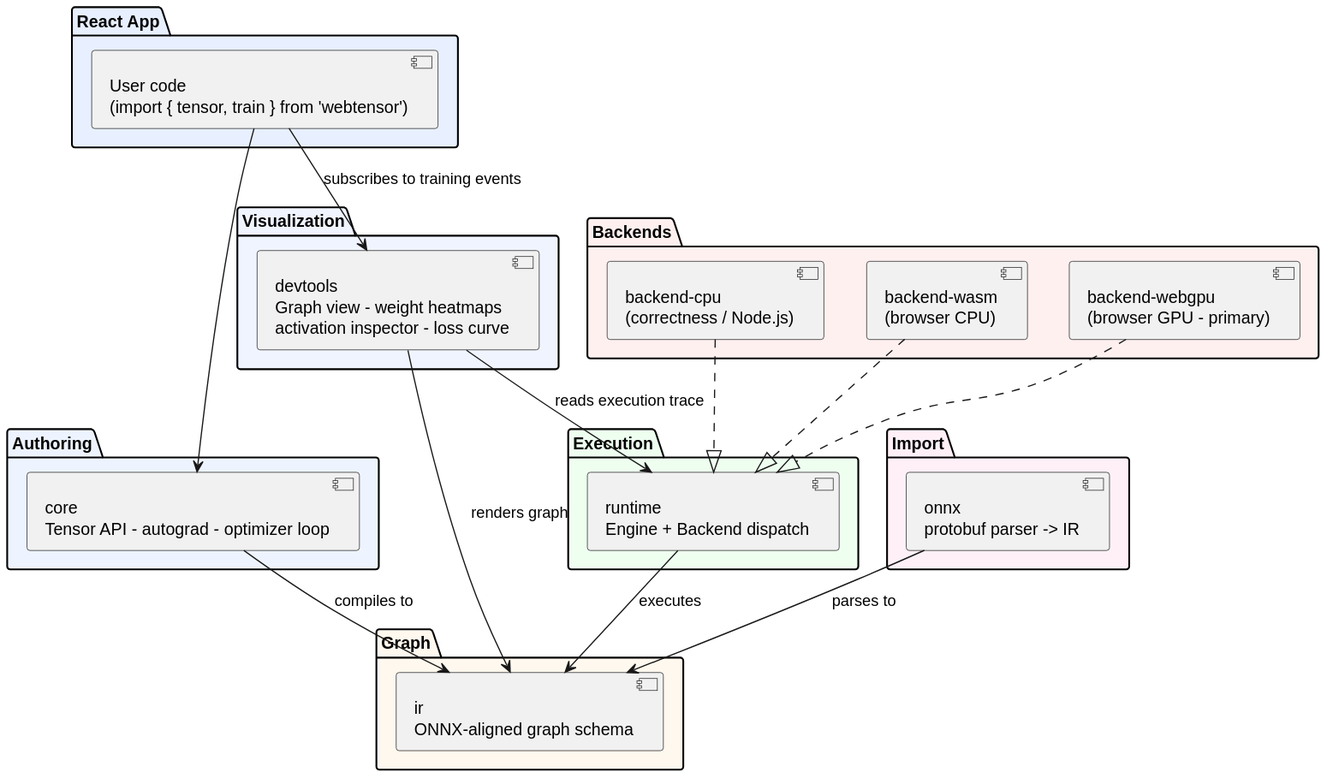
The PlantUML diagram docs/public/diagrams/target-architecture.svg in hongjiaherng/webtensor, before a commit.
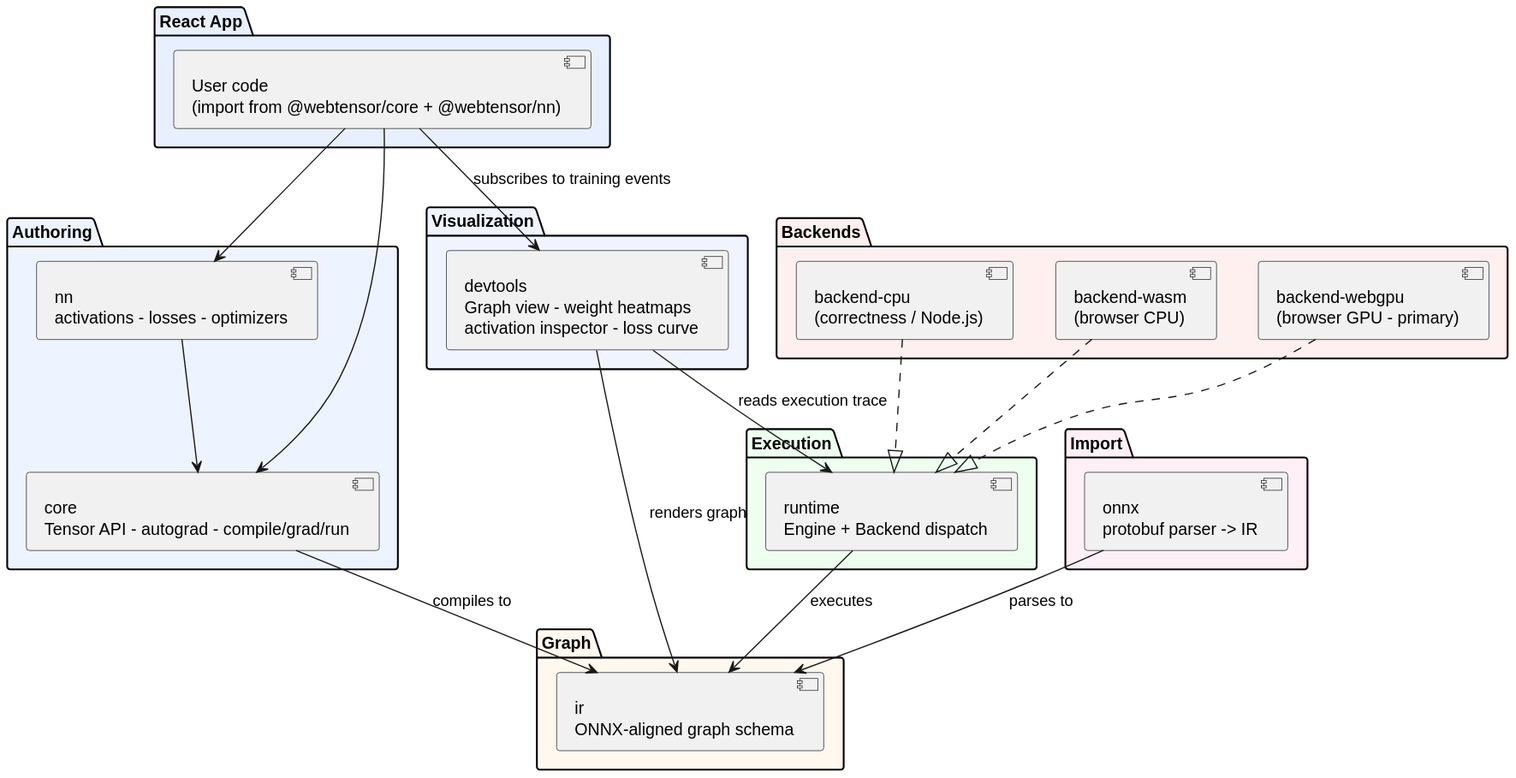
Above is the later version.

Change to the diagram source:
```diff
@@ -1,10 +1,11 @@
 @startuml
 package "React App" #E8F0FF {
-  [User code\n(import { tensor, train } from 'webtensor')] as usercode
+  [User code\n(import from @webtensor/core + @webtensor/nn)] as usercode
 }
 
 package "Authoring" #EEF4FF {
-  [core\nTensor API - autograd - optimizer loop] as core
+  [core\nTensor API - autograd - compile/grad/run] as core
+  [nn\nactivations - losses - optimizers] as nn
 }
 
 package "Import" #FFF0F8 {
@@ -30,6 +31,8 @@
 }
 
 usercode --> core
+usercode --> nn
+nn --> core
 usercode --> devtools : subscribes to training events
 core --> ir : compiles to
 onnx --> ir : parses to
```
